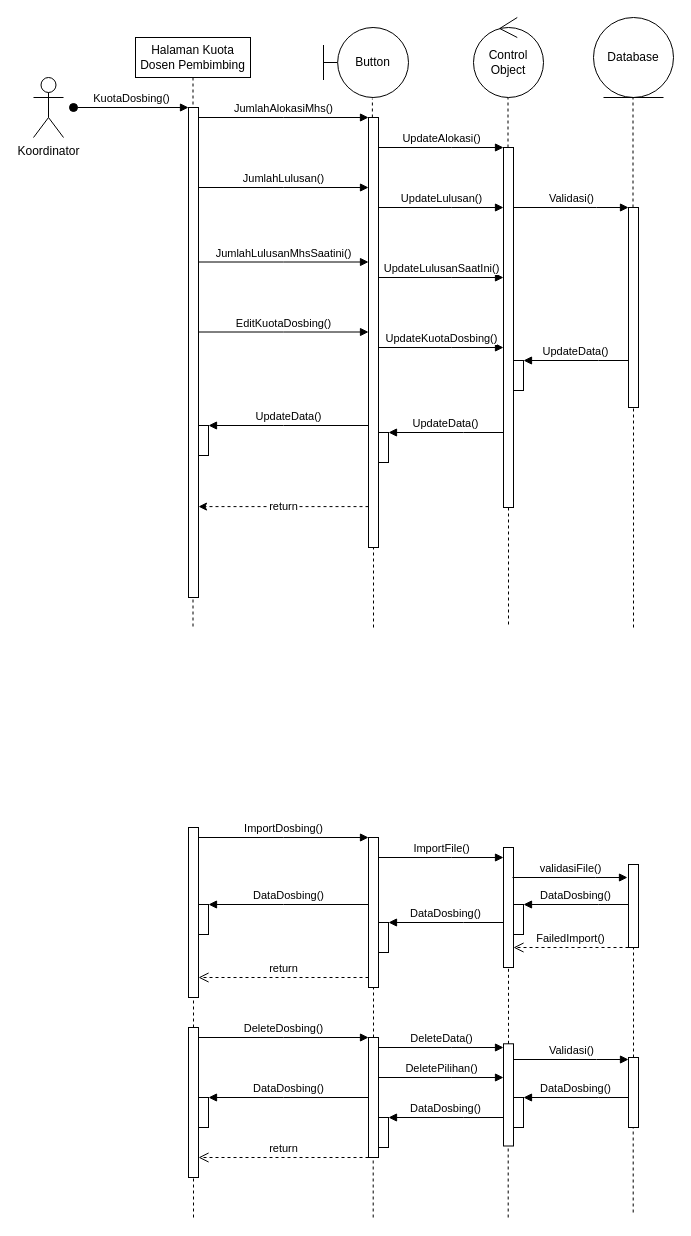
This is Website Bimbingan Online/Sequence Diagram/kuota Dosbing.drawio from BagusCPaste/draw.io, a draw.io file, before an edit. Source tidied: cells renumbered, new cells numbered last; positions are measured from the earlier drawing's top-left corner, leaving out a move shared by most shapes. Both pictures are drawn from the tidied source at 100%, with x=0, y=0 at pixel (33, 17).
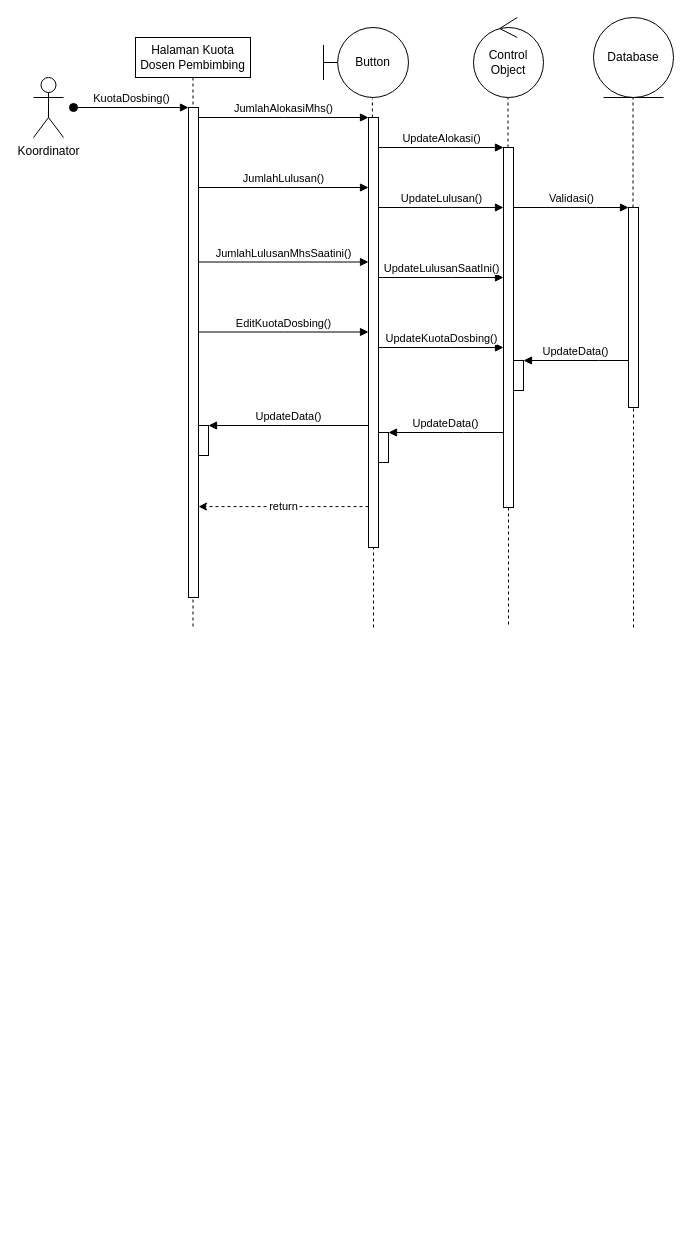
After the change.

What changed in the source:
```diff
@@
-    <mxCell id="18" style="html=1;points=[];perimeter=orthogonalPerimeter;outlineConnect=0;targetShapes=umlLifeline;portConstraint=eastwest;newEdgeStyle={&quot;edgeStyle&quot;:&quot;elbowEdgeStyle&quot;,&quot;elbow&quot;:&quot;vertical&quot;,&quot;curved&quot;:0,&quot;rounded&quot;:0};" parent="1" vertex="1">
-      <mxGeometry x="155" y="810" width="10" height="170" as="geometry" />
-    </mxCell>
-    <mxCell id="19" value="ImportDosbing()" style="html=1;verticalAlign=bottom;endArrow=block;edgeStyle=elbowEdgeStyle;elbow=vertical;curved=0;rounded=0;" parent="1" edge="1">
-      <mxGeometry relative="1" as="geometry">
-        <mxPoint x="165" y="820" as="sourcePoint" />
-        <mxPoint x="335" y="820" as="targetPoint" />
-        <Array as="points">
-          <mxPoint x="250" y="820" />
-        </Array>
-      </mxGeometry>
-    </mxCell>
-    <mxCell id="20" style="html=1;points=[];perimeter=orthogonalPerimeter;outlineConnect=0;targetShapes=umlLifeline;portConstraint=eastwest;newEdgeStyle={&quot;edgeStyle&quot;:&quot;elbowEdgeStyle&quot;,&quot;elbow&quot;:&quot;vertical&quot;,&quot;curved&quot;:0,&quot;rounded&quot;:0};" parent="1" vertex="1">
-      <mxGeometry x="335" y="820" width="10" height="150" as="geometry" />
-    </mxCell>
-    <mxCell id="21" style="group;" parent="1" vertex="1">
-      <mxGeometry x="470" y="830" width="10" height="370" as="geometry" />
-    </mxCell>
-    <mxCell id="22" style="html=1;points=[[0,0,0,0,5],[0,1,0,0,-5],[1,0,0,0,5],[1,1,0,0,-5]];perimeter=orthogonalPerimeter;outlineConnect=0;targetShapes=umlLifeline;portConstraint=eastwest;newEdgeStyle={&quot;curved&quot;:0,&quot;rounded&quot;:0};" parent="21" vertex="1">
-      <mxGeometry width="10" height="120" as="geometry" />
-    </mxCell>
-    <mxCell id="23" style="group;" parent="21" vertex="1">
-      <mxGeometry y="135" width="10" height="235" as="geometry" />
-    </mxCell>
-    <mxCell id="24" style="html=1;points=[];perimeter=orthogonalPerimeter;outlineConnect=0;targetShapes=umlLifeline;portConstraint=eastwest;newEdgeStyle={&quot;edgeStyle&quot;:&quot;elbowEdgeStyle&quot;,&quot;elbow&quot;:&quot;vertical&quot;,&quot;curved&quot;:0,&quot;rounded&quot;:0};" parent="23" vertex="1">
-      <mxGeometry y="61.3" width="10" height="102.2" as="geometry" />
-    </mxCell>
-    <mxCell id="25" style="endArrow=none;dashed=1;html=1;rounded=0;" parent="23" edge="1" target="24">
-      <mxGeometry relative="1" as="geometry">
-        <mxPoint x="4.7" y="235" as="sourcePoint" />
-      </mxGeometry>
-    </mxCell>
-    <mxCell id="26" style="endArrow=none;dashed=1;html=1;rounded=0;" parent="21" edge="1" source="24" target="22">
-      <mxGeometry relative="1" as="geometry" />
-    </mxCell>
@@
-    <mxCell id="29" style="html=1;points=[[0,0,0,0,5],[0,1,0,0,-5],[1,0,0,0,5],[1,1,0,0,-5]];perimeter=orthogonalPerimeter;outlineConnect=0;targetShapes=umlLifeline;portConstraint=eastwest;newEdgeStyle={&quot;curved&quot;:0,&quot;rounded&quot;:0};" parent="1" vertex="1">
-      <mxGeometry x="595" y="847" width="10" height="83" as="geometry" />
-    </mxCell>
-    <mxCell id="30" style="html=1;points=[];perimeter=orthogonalPerimeter;outlineConnect=0;targetShapes=umlLifeline;portConstraint=eastwest;newEdgeStyle={&quot;edgeStyle&quot;:&quot;elbowEdgeStyle&quot;,&quot;elbow&quot;:&quot;vertical&quot;,&quot;curved&quot;:0,&quot;rounded&quot;:0};" parent="1" vertex="1">
-      <mxGeometry x="155" y="1010" width="10" height="150" as="geometry" />
-    </mxCell>
-    <mxCell id="31" style="endArrow=none;dashed=1;html=1;rounded=0;" parent="1" edge="1" source="30" target="18">
-      <mxGeometry relative="1" as="geometry" />
-    </mxCell>
-    <mxCell id="32" value="DeleteDosbing()" style="html=1;verticalAlign=bottom;endArrow=block;edgeStyle=elbowEdgeStyle;elbow=vertical;curved=0;rounded=0;" parent="1" edge="1">
-      <mxGeometry relative="1" as="geometry">
-        <mxPoint x="165" y="1020" as="sourcePoint" />
-        <mxPoint x="335" y="1020" as="targetPoint" />
-        <Array as="points">
-          <mxPoint x="250" y="1020" />
-        </Array>
-      </mxGeometry>
-    </mxCell>
-    <mxCell id="33" style="endArrow=none;dashed=1;html=1;rounded=0;" parent="1" edge="1" target="30">
-      <mxGeometry relative="1" as="geometry">
-        <mxPoint x="160" y="1200" as="sourcePoint" />
-      </mxGeometry>
-    </mxCell>
-    <mxCell id="34" style="html=1;points=[];perimeter=orthogonalPerimeter;outlineConnect=0;targetShapes=umlLifeline;portConstraint=eastwest;newEdgeStyle={&quot;edgeStyle&quot;:&quot;elbowEdgeStyle&quot;,&quot;elbow&quot;:&quot;vertical&quot;,&quot;curved&quot;:0,&quot;rounded&quot;:0};" parent="1" vertex="1">
-      <mxGeometry x="335" y="1020" width="10" height="120" as="geometry" />
-    </mxCell>
-    <mxCell id="35" style="endArrow=none;dashed=1;html=1;rounded=0;" parent="1" edge="1" source="34" target="20">
-      <mxGeometry relative="1" as="geometry" />
-    </mxCell>
-    <mxCell id="36" style="endArrow=none;dashed=1;html=1;rounded=0;" parent="1" edge="1" target="34">
-      <mxGeometry relative="1" as="geometry">
-        <mxPoint x="339.7" y="1200" as="sourcePoint" />
-      </mxGeometry>
-    </mxCell>
-    <mxCell id="37" style="html=1;points=[];perimeter=orthogonalPerimeter;outlineConnect=0;targetShapes=umlLifeline;portConstraint=eastwest;newEdgeStyle={&quot;edgeStyle&quot;:&quot;elbowEdgeStyle&quot;,&quot;elbow&quot;:&quot;vertical&quot;,&quot;curved&quot;:0,&quot;rounded&quot;:0};" parent="1" vertex="1">
-      <mxGeometry x="595" y="1040" width="10" height="70" as="geometry" />
-    </mxCell>
-    <mxCell id="38" style="endArrow=none;dashed=1;html=1;rounded=0;" parent="1" edge="1" source="37" target="29">
-      <mxGeometry relative="1" as="geometry" />
-    </mxCell>
-    <mxCell id="39" style="endArrow=none;dashed=1;html=1;rounded=0;" parent="1" edge="1" target="37">
-      <mxGeometry relative="1" as="geometry">
-        <mxPoint x="599.7" y="1195" as="sourcePoint" />
-      </mxGeometry>
-    </mxCell>
@@
-    <mxCell id="45" value="DataDosbing()" style="html=1;verticalAlign=bottom;endArrow=block;edgeStyle=elbowEdgeStyle;elbow=horizontal;curved=0;rounded=0;" parent="1" edge="1">
-      <mxGeometry relative="1" as="geometry">
-        <mxPoint x="470" y="905" as="sourcePoint" />
-        <mxPoint x="355" y="905" as="targetPoint" />
-        <Array as="points">
-          <mxPoint x="430" y="905" />
-        </Array>
-      </mxGeometry>
-    </mxCell>
-    <mxCell id="46" style="html=1;perimeter=orthogonalPerimeter;targetShapes=umlLifeline;newEdgeStyle={&quot;curved&quot;:0,&quot;rounded&quot;:0};" parent="1" vertex="1">
-      <mxGeometry x="345" y="905" width="10" height="30" as="geometry" />
-    </mxCell>
-    <mxCell id="47" value="DataDosbing()" style="html=1;verticalAlign=bottom;endArrow=block;edgeStyle=elbowEdgeStyle;elbow=vertical;curved=0;rounded=0;" parent="1" edge="1">
-      <mxGeometry relative="1" as="geometry">
-        <mxPoint x="595" y="887" as="sourcePoint" />
-        <mxPoint x="490" y="887" as="targetPoint" />
-        <Array as="points">
-          <mxPoint x="565" y="887" />
-        </Array>
-      </mxGeometry>
-    </mxCell>
-    <mxCell id="48" style="html=1;perimeter=orthogonalPerimeter;targetShapes=umlLifeline;newEdgeStyle={&quot;curved&quot;:0,&quot;rounded&quot;:0};" parent="1" vertex="1">
-      <mxGeometry x="480" y="887" width="10" height="30" as="geometry" />
-    </mxCell>
-    <mxCell id="49" value="return" style="html=1;verticalAlign=bottom;endArrow=open;dashed=1;endSize=8;edgeStyle=elbowEdgeStyle;elbow=vertical;curved=0;rounded=0;" parent="1" edge="1">
-      <mxGeometry relative="1" as="geometry">
-        <mxPoint x="335" y="960" as="sourcePoint" />
-        <mxPoint x="165" y="960" as="targetPoint" />
-        <Array as="points">
-          <mxPoint x="260" y="960" />
-        </Array>
-      </mxGeometry>
-    </mxCell>
-    <mxCell id="50" value="return" style="html=1;verticalAlign=bottom;endArrow=open;dashed=1;endSize=8;edgeStyle=elbowEdgeStyle;elbow=vertical;curved=0;rounded=0;" parent="1" edge="1">
-      <mxGeometry relative="1" as="geometry">
-        <mxPoint x="335" y="1140" as="sourcePoint" />
-        <mxPoint x="165" y="1140" as="targetPoint" />
-        <Array as="points">
-          <mxPoint x="260" y="1140" />
-        </Array>
-      </mxGeometry>
-    </mxCell>
-    <mxCell id="51" value="validasiFile()" style="html=1;verticalAlign=bottom;endArrow=block;edgeStyle=elbowEdgeStyle;elbow=vertical;curved=0;rounded=0;" parent="1" edge="1">
-      <mxGeometry relative="1" as="geometry">
-        <mxPoint x="479" y="860" as="sourcePoint" />
-        <mxPoint x="594" y="860" as="targetPoint" />
-        <Array as="points">
-          <mxPoint x="562" y="860" />
-        </Array>
-      </mxGeometry>
-    </mxCell>
-    <mxCell id="52" value="ImportFile()" style="html=1;verticalAlign=bottom;endArrow=block;edgeStyle=elbowEdgeStyle;elbow=vertical;curved=0;rounded=0;" parent="1" edge="1">
-      <mxGeometry relative="1" as="geometry">
-        <mxPoint x="345" y="840" as="sourcePoint" />
-        <mxPoint x="470" y="840" as="targetPoint" />
-        <Array as="points">
-          <mxPoint x="418" y="840" />
-        </Array>
-      </mxGeometry>
-    </mxCell>
-    <mxCell id="53" value="Validasi()" style="html=1;verticalAlign=bottom;endArrow=block;edgeStyle=elbowEdgeStyle;elbow=vertical;curved=0;rounded=0;" parent="1" edge="1">
-      <mxGeometry relative="1" as="geometry">
-        <mxPoint x="480" y="1042" as="sourcePoint" />
-        <mxPoint x="595" y="1042" as="targetPoint" />
-        <Array as="points">
-          <mxPoint x="563" y="1042" />
-        </Array>
-      </mxGeometry>
-    </mxCell>
-    <mxCell id="54" value="DeleteData()" style="html=1;verticalAlign=bottom;endArrow=block;edgeStyle=elbowEdgeStyle;elbow=vertical;curved=0;rounded=0;" parent="1" edge="1">
-      <mxGeometry relative="1" as="geometry">
-        <mxPoint x="345" y="1030" as="sourcePoint" />
-        <mxPoint x="470" y="1030" as="targetPoint" />
-        <Array as="points">
-          <mxPoint x="418" y="1030" />
-        </Array>
-      </mxGeometry>
-    </mxCell>
-    <mxCell id="55" value="DataDosbing()" style="html=1;verticalAlign=bottom;endArrow=block;edgeStyle=elbowEdgeStyle;elbow=horizontal;curved=0;rounded=0;" parent="1" edge="1" source="20">
-      <mxGeometry relative="1" as="geometry">
-        <mxPoint x="175" y="887" as="targetPoint" />
-        <Array as="points">
-          <mxPoint x="250" y="887" />
-        </Array>
-      </mxGeometry>
-    </mxCell>
-    <mxCell id="56" style="html=1;perimeter=orthogonalPerimeter;targetShapes=umlLifeline;newEdgeStyle={&quot;curved&quot;:0,&quot;rounded&quot;:0};" parent="1" vertex="1">
-      <mxGeometry x="165" y="887" width="10" height="30" as="geometry" />
-    </mxCell>
-    <mxCell id="57" value="FailedImport()" style="html=1;verticalAlign=bottom;endArrow=open;dashed=1;endSize=8;edgeStyle=elbowEdgeStyle;elbow=vertical;curved=0;rounded=0;" parent="1" edge="1">
-      <mxGeometry relative="1" as="geometry">
-        <mxPoint x="595" y="930" as="sourcePoint" />
-        <mxPoint x="480" y="930" as="targetPoint" />
-      </mxGeometry>
-    </mxCell>
-    <mxCell id="58" value="DataDosbing()" style="html=1;verticalAlign=bottom;endArrow=block;edgeStyle=elbowEdgeStyle;elbow=horizontal;curved=0;rounded=0;" parent="1" edge="1">
-      <mxGeometry relative="1" as="geometry">
-        <mxPoint x="470" y="1100" as="sourcePoint" />
-        <mxPoint x="355" y="1100" as="targetPoint" />
-        <Array as="points">
-          <mxPoint x="430" y="1100" />
-        </Array>
-      </mxGeometry>
-    </mxCell>
-    <mxCell id="59" style="html=1;perimeter=orthogonalPerimeter;targetShapes=umlLifeline;newEdgeStyle={&quot;curved&quot;:0,&quot;rounded&quot;:0};" parent="1" vertex="1">
-      <mxGeometry x="345" y="1100" width="10" height="30" as="geometry" />
-    </mxCell>
-    <mxCell id="60" value="DataDosbing()" style="html=1;verticalAlign=bottom;endArrow=block;edgeStyle=elbowEdgeStyle;elbow=horizontal;curved=0;rounded=0;" parent="1" edge="1">
-      <mxGeometry relative="1" as="geometry">
-        <mxPoint x="335" y="1080" as="sourcePoint" />
-        <mxPoint x="175" y="1080" as="targetPoint" />
-        <Array as="points">
-          <mxPoint x="250" y="1080" />
-        </Array>
-      </mxGeometry>
-    </mxCell>
-    <mxCell id="61" style="html=1;perimeter=orthogonalPerimeter;targetShapes=umlLifeline;newEdgeStyle={&quot;curved&quot;:0,&quot;rounded&quot;:0};" parent="1" vertex="1">
-      <mxGeometry x="165" y="1080" width="10" height="30" as="geometry" />
-    </mxCell>
-    <mxCell id="62" value="DataDosbing()" style="html=1;verticalAlign=bottom;endArrow=block;edgeStyle=elbowEdgeStyle;elbow=vertical;curved=0;rounded=0;" parent="1" edge="1">
-      <mxGeometry relative="1" as="geometry">
-        <mxPoint x="595" y="1080" as="sourcePoint" />
-        <mxPoint x="490" y="1080" as="targetPoint" />
-        <Array as="points">
-          <mxPoint x="565" y="1080" />
-        </Array>
-      </mxGeometry>
-    </mxCell>
-    <mxCell id="63" style="html=1;perimeter=orthogonalPerimeter;targetShapes=umlLifeline;newEdgeStyle={&quot;curved&quot;:0,&quot;rounded&quot;:0};" parent="1" vertex="1">
-      <mxGeometry x="480" y="1080" width="10" height="30" as="geometry" />
-    </mxCell>
-    <mxCell id="64" value="DeletePilihan()" style="html=1;verticalAlign=bottom;endArrow=block;edgeStyle=elbowEdgeStyle;elbow=vertical;curved=0;rounded=0;" parent="1" edge="1">
-      <mxGeometry relative="1" as="geometry">
-        <mxPoint x="345" y="1060" as="sourcePoint" />
-        <mxPoint x="470" y="1060" as="targetPoint" />
-        <Array as="points">
-          <mxPoint x="418" y="1060" />
-        </Array>
-      </mxGeometry>
-    </mxCell>
```
